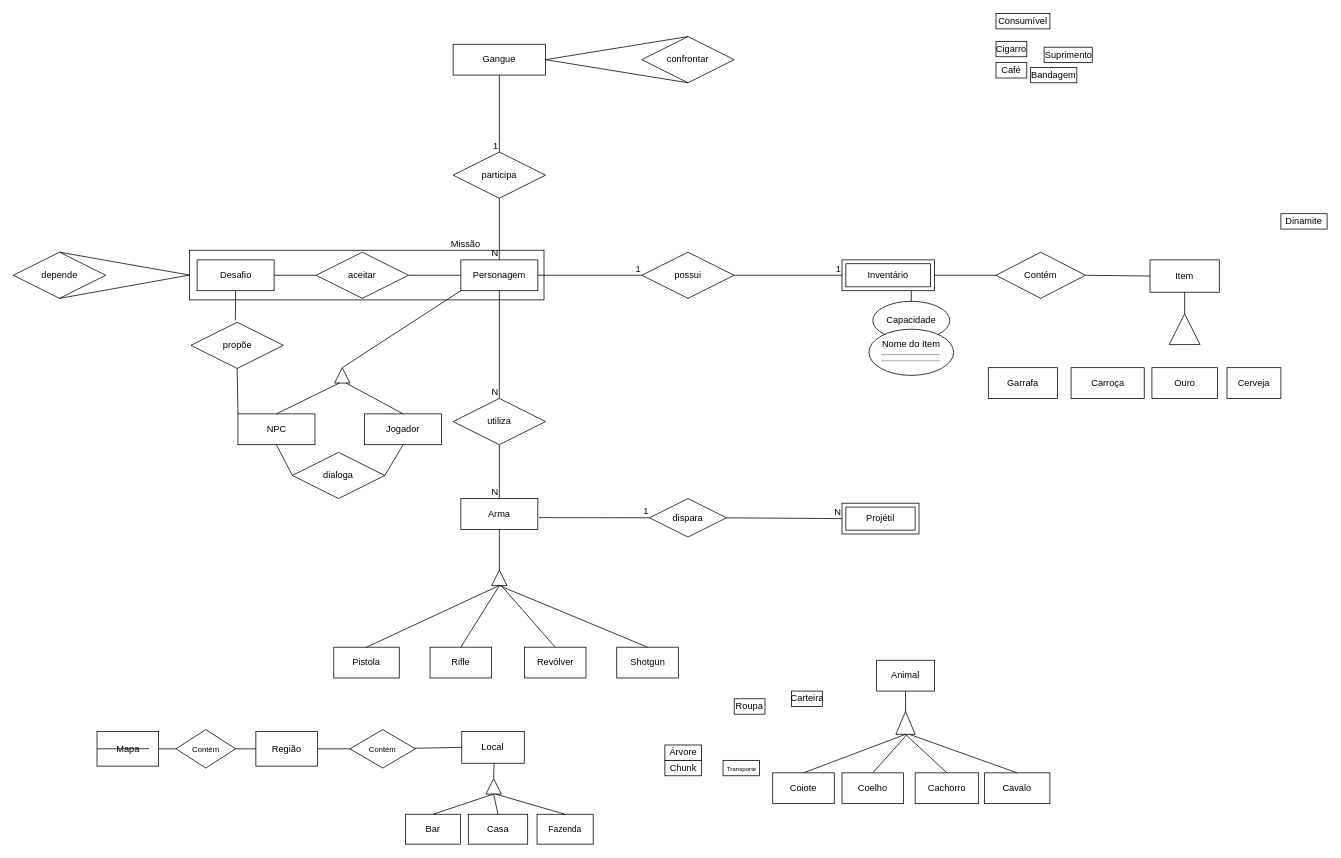
Above: assets/img/Untitled Diagram.drawio in SBD1/2024.1-Red_Dead_Redemption2 (draw.io), before the change. Source tidied: cells renumbered, new cells numbered last; positions are measured from the earlier drawing's top-left corner, leaving out a move shared by most shapes. Both pictures are drawn from the tidied source at 77%, with x=0, y=0 at pixel (13, 13).
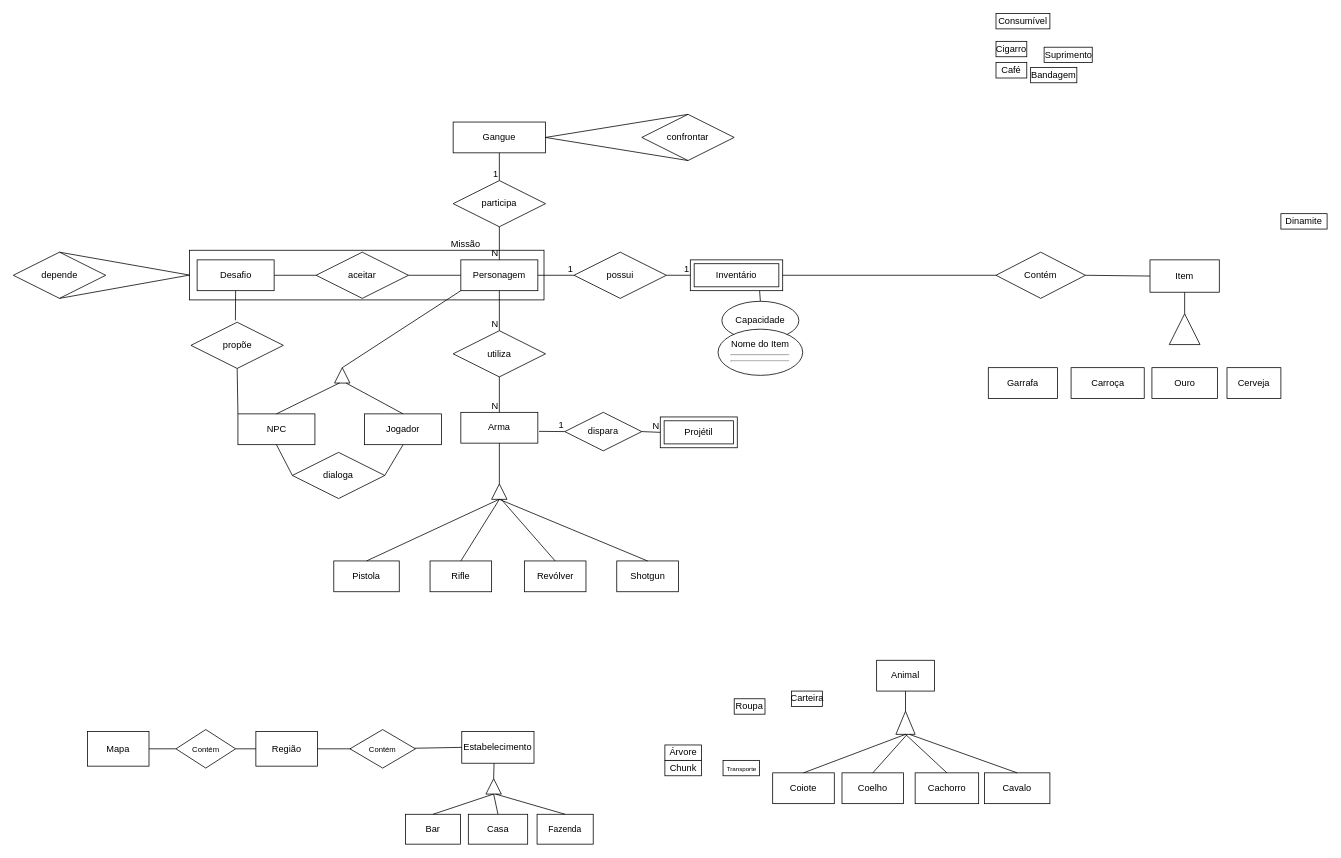
After the change.

Diff of the diagram source:
```diff
@@
     <mxCell id="25" value="Inventário" style="shape=ext;margin=3;double=1;whiteSpace=wrap;html=1;align=center;" parent="1" vertex="1">
-      <mxGeometry x="1076" y="320" width="120" height="40" as="geometry" />
+      <mxGeometry x="879" y="320" width="120" height="40" as="geometry" />
     </mxCell>
@@
     <mxCell id="27" value="possui" style="shape=rhombus;perimeter=rhombusPerimeter;whiteSpace=wrap;html=1;align=center;" parent="1" vertex="1">
-      <mxGeometry x="816" y="310" width="120" height="60" as="geometry" />
+      <mxGeometry x="728" y="310" width="120" height="60" as="geometry" />
     </mxCell>
@@
-    <mxCell id="36" value="Local" style="whiteSpace=wrap;html=1;align=center;direction=south;" parent="1" vertex="1">
-      <mxGeometry x="582.2" y="932.5" width="81.2" height="41.2" as="geometry" />
+    <mxCell id="36" value="Estabelecimento" style="whiteSpace=wrap;html=1;align=center;direction=south;" parent="1" vertex="1">
+      <mxGeometry x="582.2" y="932.5" width="93.8" height="41.2" as="geometry" />
     </mxCell>
     <mxCell id="37" value="Gangue" style="whiteSpace=wrap;html=1;align=center;" parent="1" vertex="1">
-      <mxGeometry x="571" y="40" width="120" height="40" as="geometry" />
+      <mxGeometry x="571" y="141" width="120" height="40" as="geometry" />
     </mxCell>
     <mxCell id="38" value="participa" style="shape=rhombus;perimeter=rhombusPerimeter;whiteSpace=wrap;html=1;align=center;" parent="1" vertex="1">
-      <mxGeometry x="571" y="180" width="120" height="60" as="geometry" />
+      <mxGeometry x="571" y="217" width="120" height="60" as="geometry" />
     </mxCell>
@@
     <mxCell id="43" value="Arma" style="whiteSpace=wrap;html=1;align=center;" parent="1" vertex="1">
-      <mxGeometry x="581" y="630" width="100" height="40" as="geometry" />
+      <mxGeometry x="581" y="518" width="100" height="40" as="geometry" />
     </mxCell>
@@
     <mxCell id="45" value="Projétil" style="shape=ext;margin=3;double=1;whiteSpace=wrap;html=1;align=center;" parent="1" vertex="1">
-      <mxGeometry x="1076" y="636" width="100" height="40" as="geometry" />
+      <mxGeometry x="840" y="524" width="100" height="40" as="geometry" />
     </mxCell>
@@
     <mxCell id="47" value="dispara" style="shape=rhombus;perimeter=rhombusPerimeter;whiteSpace=wrap;html=1;align=center;" parent="1" vertex="1">
-      <mxGeometry x="826" y="630" width="100" height="50" as="geometry" />
+      <mxGeometry x="716" y="518" width="100" height="50" as="geometry" />
     </mxCell>
@@
     <mxCell id="51" value="Capacidade" style="ellipse;whiteSpace=wrap;html=1;align=center;" parent="1" vertex="1">
-      <mxGeometry x="1116" y="373.8" width="100" height="50" as="geometry" />
+      <mxGeometry x="920" y="373.8" width="100" height="50" as="geometry" />
     </mxCell>
@@
     <mxCell id="55" value="Rifle" style="whiteSpace=wrap;html=1;align=center;" parent="1" vertex="1">
-      <mxGeometry x="541" y="823" width="80" height="40" as="geometry" />
+      <mxGeometry x="541" y="711" width="80" height="40" as="geometry" />
     </mxCell>
@@
     <mxCell id="57" value="Nome do Item&lt;hr&gt;&lt;hr&gt;" style="ellipse;whiteSpace=wrap;html=1;align=center;" parent="1" vertex="1">
-      <mxGeometry x="1111" y="410" width="110" height="60" as="geometry" />
+      <mxGeometry x="915" y="410" width="110" height="60" as="geometry" />
     </mxCell>
     <mxCell id="58" value="Pistola" style="whiteSpace=wrap;html=1;align=center;" parent="1" vertex="1">
-      <mxGeometry x="416" y="823" width="85" height="40" as="geometry" />
+      <mxGeometry x="416" y="711" width="85" height="40" as="geometry" />
     </mxCell>
@@
     <mxCell id="60" value="Shotgun" style="whiteSpace=wrap;html=1;align=center;" parent="1" vertex="1">
-      <mxGeometry x="783.5" y="823" width="80" height="40" as="geometry" />
+      <mxGeometry x="783.5" y="711" width="80" height="40" as="geometry" />
     </mxCell>
     <mxCell id="61" value="Revólver" style="whiteSpace=wrap;html=1;align=center;" parent="1" vertex="1">
-      <mxGeometry x="663.5" y="823" width="80" height="40" as="geometry" />
+      <mxGeometry x="663.5" y="711" width="80" height="40" as="geometry" />
     </mxCell>
@@
     <mxCell id="70" style="triangle;whiteSpace=wrap;html=1;direction=north;" parent="1" vertex="1">
-      <mxGeometry x="621" y="723" width="20" height="20" as="geometry" />
+      <mxGeometry x="621" y="611" width="20" height="20" as="geometry" />
     </mxCell>
     <mxCell id="71" style="endArrow=none;html=1;rounded=0;entryX=0.5;entryY=1;entryDx=0;entryDy=0;exitX=0.5;exitY=0;exitDx=0;exitDy=0;" parent="1" edge="1" source="58">
       <mxGeometry relative="1" as="geometry">
-        <mxPoint x="630.7" y="743" as="targetPoint" />
+        <mxPoint x="630.7" y="631" as="targetPoint" />
       </mxGeometry>
     </mxCell>
-    <mxCell id="72" style="endArrow=none;html=1;rounded=0;entryX=0;entryY=0.5;entryDx=0;entryDy=0;exitX=0.5;exitY=0;exitDx=0;exitDy=0;" parent="1" edge="1" source="55" target="70">
-      <mxGeometry relative="1" as="geometry" />
+    <mxCell id="72" style="endArrow=none;html=1;rounded=0;entryX=0;entryY=0.5;entryDx=0;entryDy=0;exitX=0.5;exitY=0;exitDx=0;exitDy=0;" parent="1" edge="1" source="55">
+      <mxGeometry relative="1" as="geometry">
+        <mxPoint x="631" y="631" as="targetPoint" />
+      </mxGeometry>
     </mxCell>
     <mxCell id="73" style="endArrow=none;html=1;rounded=0;exitX=0.5;exitY=0;exitDx=0;exitDy=0;" parent="1" edge="1" source="61">
       <mxGeometry relative="1" as="geometry">
-        <mxPoint x="633.5" y="743" as="targetPoint" />
+        <mxPoint x="633.5" y="631" as="targetPoint" />
       </mxGeometry>
     </mxCell>
@@
-    <mxCell id="75" style="endArrow=none;html=1;rounded=0;exitX=0;exitY=0.5;exitDx=0;exitDy=0;entryX=0.5;entryY=0;entryDx=0;entryDy=0;" parent="1" edge="1" source="70" target="60">
-      <mxGeometry relative="1" as="geometry" />
+    <mxCell id="75" style="endArrow=none;html=1;rounded=0;exitX=0;exitY=0.5;exitDx=0;exitDy=0;entryX=0.5;entryY=0;entryDx=0;entryDy=0;" parent="1" edge="1" target="60">
+      <mxGeometry relative="1" as="geometry">
+        <mxPoint x="631" y="631" as="sourcePoint" />
+      </mxGeometry>
     </mxCell>
@@
     <mxCell id="77" value="utiliza" style="shape=rhombus;perimeter=rhombusPerimeter;whiteSpace=wrap;html=1;align=center;" parent="1" vertex="1">
-      <mxGeometry x="571" y="500" width="120" height="60" as="geometry" />
+      <mxGeometry x="571" y="412" width="120" height="60" as="geometry" />
     </mxCell>
@@
     <mxCell id="91" value="confrontar" style="shape=rhombus;perimeter=rhombusPerimeter;whiteSpace=wrap;html=1;align=center;" parent="1" vertex="1">
-      <mxGeometry x="816" y="30" width="120" height="60" as="geometry" />
+      <mxGeometry x="816" y="131" width="120" height="60" as="geometry" />
     </mxCell>
@@
     <mxCell id="93" value="Mapa" style="whiteSpace=wrap;html=1;align=center;" parent="1" vertex="1">
-      <mxGeometry x="108.5" y="932.5" width="80" height="45" as="geometry" />
+      <mxGeometry x="96" y="932.5" width="80" height="45" as="geometry" />
     </mxCell>
@@
-    <mxCell id="103" style="endArrow=none;html=1;rounded=0;entryX=0;entryY=0.5;entryDx=0;entryDy=0;" parent="1" edge="1" target="93">
-      <mxGeometry relative="1" as="geometry">
-        <mxPoint x="176" y="954.8" as="sourcePoint" />
-      </mxGeometry>
-    </mxCell>
```
